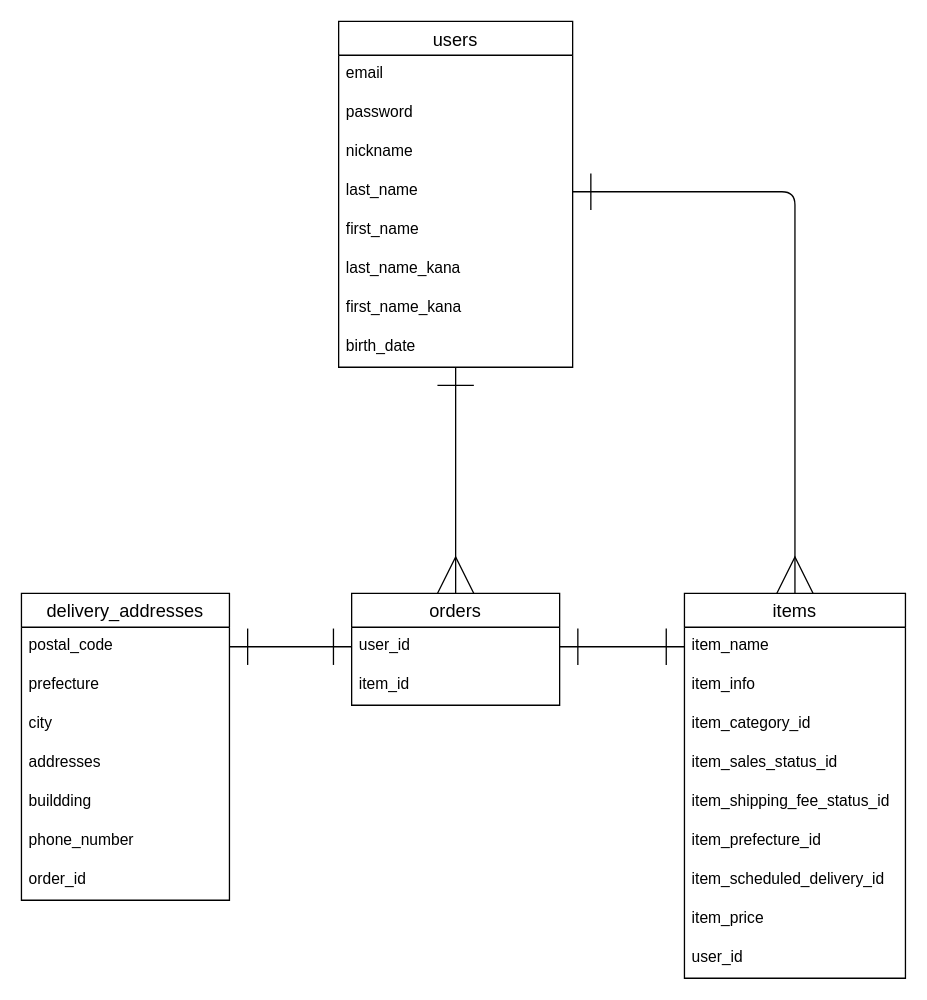
bignyokki/furima-37333 keeps this draw.io diagram as ER.dio. Above is the earlier version. Source tidied: cells renumbered, new cells numbered last; positions are measured from the earlier drawing's top-left corner, leaving out a move shared by most shapes. Both pictures are drawn from the tidied source at 130%, with x=0, y=0 at pixel (21, 21).
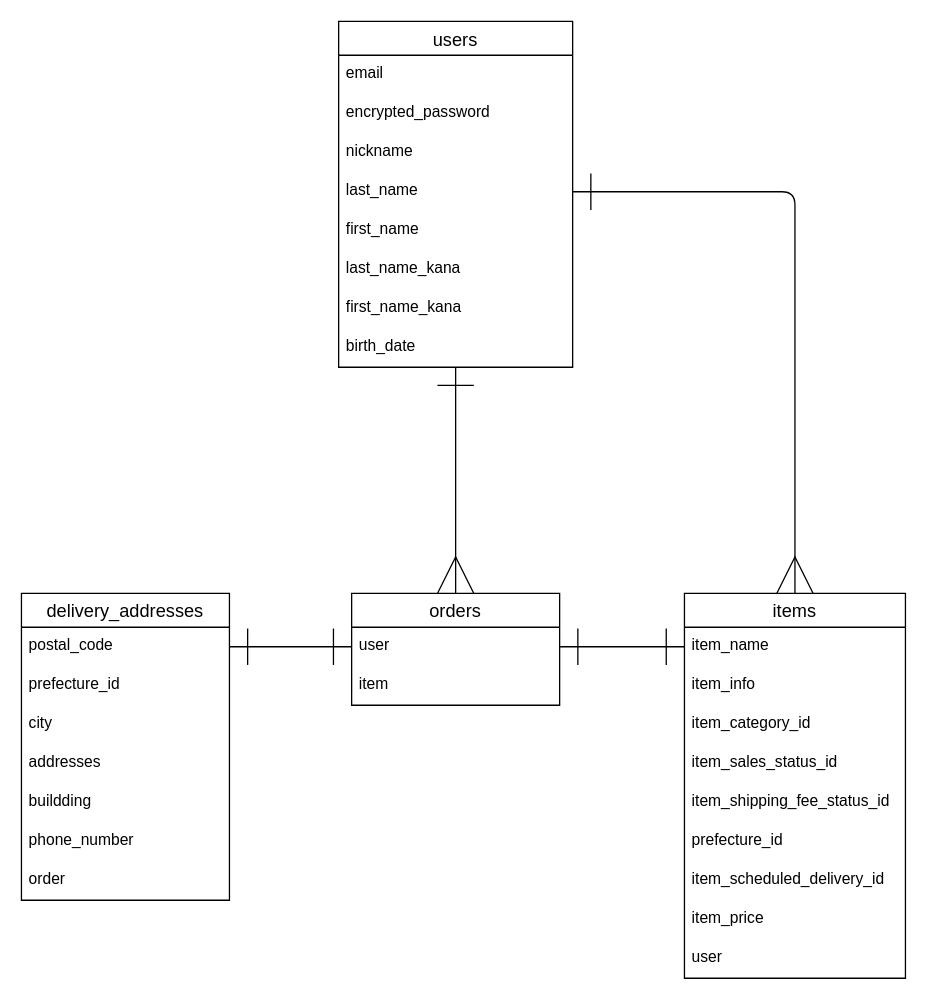
Above is the later version.

Commit message:
テーブル設計の修正3

The change refers to these unchanged cells:
```xml
<mxCell id="2" value="users" style="swimlane;fontStyle=0;horizontal=1;startSize=26;align=center;fontSize=14;" parent="1" vertex="1">
  <mxGeometry x="244" width="180" height="266" as="geometry" />
</mxCell>
<mxCell id="12" value="items" style="swimlane;fontStyle=0;horizontal=1;startSize=26;align=center;fontSize=14;" parent="1" vertex="1">
  <mxGeometry x="510" y="440" width="170" height="296" as="geometry" />
</mxCell>
<mxCell id="23" value="orders" style="swimlane;fontStyle=0;horizontal=1;startSize=26;align=center;fontSize=14;" parent="1" vertex="1">
  <mxGeometry x="254" y="440" width="160" height="86" as="geometry" />
</mxCell>
<mxCell id="27" value="delivery_addresses" style="swimlane;fontStyle=0;horizontal=1;startSize=26;align=center;fontSize=14;fontColor=default;" parent="1" vertex="1">
  <mxGeometry y="440" width="160" height="236" as="geometry" />
</mxCell>
```

Diff of the diagram source:
```diff
@@
-    <mxCell id="4" value="password" style="text;strokeColor=none;fillColor=none;spacingLeft=4;spacingRight=4;overflow=hidden;fontSize=12;" parent="2" vertex="1">
+    <mxCell id="4" value="encrypted_password" style="text;strokeColor=none;fillColor=none;spacingLeft=4;spacingRight=4;overflow=hidden;fontSize=12;" parent="2" vertex="1">
       <mxGeometry y="56" width="180" height="30" as="geometry" />
     </mxCell>
@@
-    <mxCell id="18" value="item_prefecture_id" style="text;strokeColor=none;fillColor=none;spacingLeft=4;spacingRight=4;overflow=hidden;fontSize=12;" parent="12" vertex="1">
+    <mxCell id="18" value="prefecture_id" style="text;strokeColor=none;fillColor=none;spacingLeft=4;spacingRight=4;overflow=hidden;fontSize=12;" parent="12" vertex="1">
       <mxGeometry y="176" width="170" height="30" as="geometry" />
     </mxCell>
@@
-    <mxCell id="21" value="user_id" style="text;strokeColor=none;fillColor=none;spacingLeft=4;spacingRight=4;overflow=hidden;fontSize=12;" parent="12" vertex="1">
+    <mxCell id="21" value="user" style="text;strokeColor=none;fillColor=none;spacingLeft=4;spacingRight=4;overflow=hidden;fontSize=12;" parent="12" vertex="1">
       <mxGeometry y="266" width="170" height="30" as="geometry" />
     </mxCell>
@@
-    <mxCell id="24" value="user_id" style="text;strokeColor=none;fillColor=none;spacingLeft=4;spacingRight=4;overflow=hidden;points=[[0,0.5],[1,0.5]];portConstraint=eastwest;fontSize=12;" parent="23" vertex="1">
+    <mxCell id="24" value="user" style="text;strokeColor=none;fillColor=none;spacingLeft=4;spacingRight=4;overflow=hidden;points=[[0,0.5],[1,0.5]];portConstraint=eastwest;fontSize=12;" parent="23" vertex="1">
       <mxGeometry y="26" width="160" height="30" as="geometry" />
     </mxCell>
-    <mxCell id="25" value="item_id" style="text;strokeColor=none;fillColor=none;spacingLeft=4;spacingRight=4;overflow=hidden;fontSize=12;" parent="23" vertex="1">
+    <mxCell id="25" value="item" style="text;strokeColor=none;fillColor=none;spacingLeft=4;spacingRight=4;overflow=hidden;fontSize=12;" parent="23" vertex="1">
       <mxGeometry y="56" width="160" height="30" as="geometry" />
     </mxCell>
@@
-    <mxCell id="29" value="prefecture" style="text;strokeColor=none;fillColor=none;spacingLeft=4;spacingRight=4;overflow=hidden;fontSize=12;" parent="27" vertex="1">
+    <mxCell id="29" value="prefecture_id" style="text;strokeColor=none;fillColor=none;spacingLeft=4;spacingRight=4;overflow=hidden;fontSize=12;" parent="27" vertex="1">
       <mxGeometry y="56" width="160" height="30" as="geometry" />
     </mxCell>
@@
-    <mxCell id="34" value="order_id" style="text;strokeColor=none;fillColor=none;spacingLeft=4;spacingRight=4;overflow=hidden;fontSize=12;" parent="27" vertex="1">
+    <mxCell id="34" value="order" style="text;strokeColor=none;fillColor=none;spacingLeft=4;spacingRight=4;overflow=hidden;fontSize=12;" parent="27" vertex="1">
       <mxGeometry y="206" width="160" height="30" as="geometry" />
     </mxCell>
```
